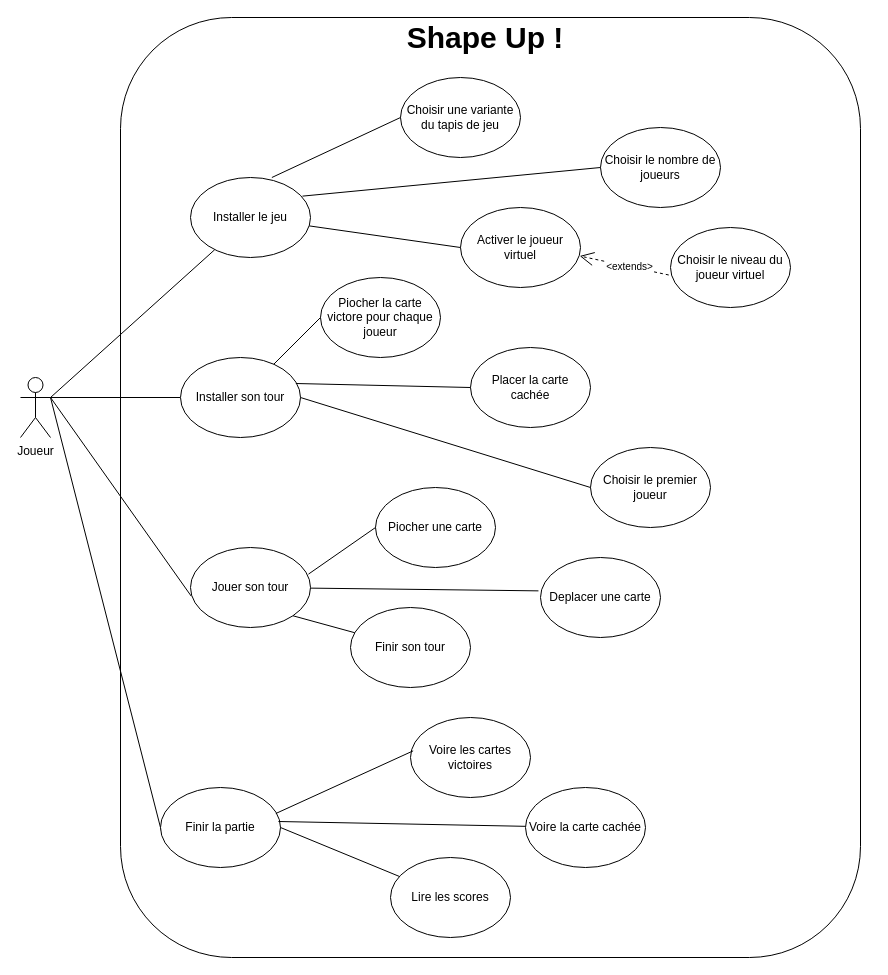
Earlier version of the draw.io diagram useCase.drawio (codingTheWorld777/Diagrams-Project_SHAPE_UP). Source tidied: cells renumbered, new cells numbered last; positions are measured from the earlier drawing's top-left corner, leaving out a move shared by most shapes. Both pictures are drawn from the tidied source at 100%, with x=0, y=0 at pixel (20, 17).
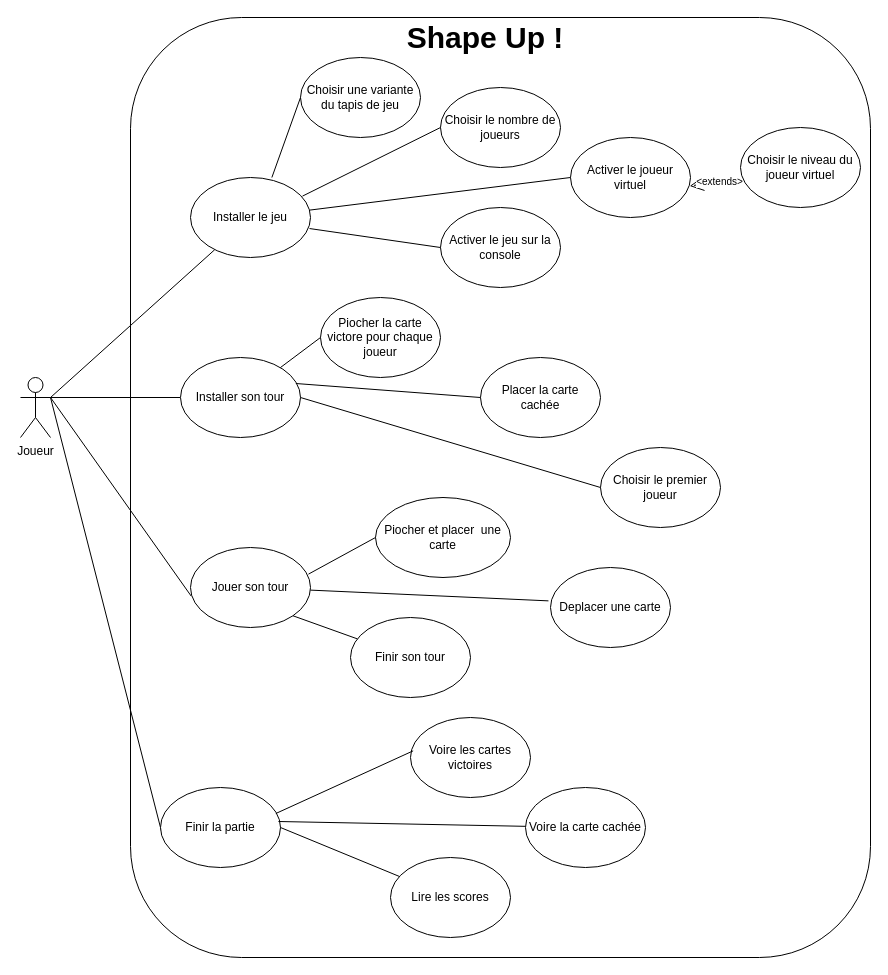
Above is the later version.

The change refers to these unchanged cells:
```xml
<mxCell id="8" value="Installer le jeu" style="ellipse;whiteSpace=wrap;html=1;" parent="1" vertex="1">
  <mxGeometry x="170" y="160" width="120" height="80" as="geometry" />
</mxCell>
```

Change to the diagram source:
```diff
@@
     <mxCell id="2" style="rounded=1;whiteSpace=wrap;html=1;" parent="1" vertex="1">
-      <mxGeometry x="100" width="740" height="940" as="geometry" />
+      <mxGeometry x="110" width="740" height="940" as="geometry" />
     </mxCell>
@@
     <mxCell id="11" value="Choisir le nombre de joueurs" style="ellipse;whiteSpace=wrap;html=1;" parent="1" vertex="1">
-      <mxGeometry x="580" y="110" width="120" height="80" as="geometry" />
+      <mxGeometry x="420" y="70" width="120" height="80" as="geometry" />
     </mxCell>
     <mxCell id="12" value="Activer le joueur virtuel" style="ellipse;whiteSpace=wrap;html=1;" parent="1" vertex="1">
-      <mxGeometry x="440" y="190" width="120" height="80" as="geometry" />
+      <mxGeometry x="550" y="120" width="120" height="80" as="geometry" />
     </mxCell>
     <mxCell id="13" value="Choisir une variante du tapis de jeu" style="ellipse;whiteSpace=wrap;html=1;" parent="1" vertex="1">
-      <mxGeometry x="380" y="60" width="120" height="80" as="geometry" />
+      <mxGeometry x="280" y="40" width="120" height="80" as="geometry" />
     </mxCell>
@@
     <mxCell id="15" value="Placer la carte cachée" style="ellipse;whiteSpace=wrap;html=1;" parent="1" vertex="1">
-      <mxGeometry x="450" y="330" width="120" height="80" as="geometry" />
+      <mxGeometry x="460" y="340" width="120" height="80" as="geometry" />
     </mxCell>
     <mxCell id="16" value="Choisir le premier joueur" style="ellipse;whiteSpace=wrap;html=1;" parent="1" vertex="1">
-      <mxGeometry x="570" y="430" width="120" height="80" as="geometry" />
+      <mxGeometry x="580" y="430" width="120" height="80" as="geometry" />
     </mxCell>
-    <mxCell id="17" value="Piocher une carte" style="ellipse;whiteSpace=wrap;html=1;" parent="1" vertex="1">
-      <mxGeometry x="355" y="470" width="120" height="80" as="geometry" />
+    <mxCell id="17" value="Piocher et placer&amp;nbsp; une carte" style="ellipse;whiteSpace=wrap;html=1;" parent="1" vertex="1">
+      <mxGeometry x="355" y="480" width="135" height="80" as="geometry" />
     </mxCell>
     <mxCell id="18" value="Deplacer une carte" style="ellipse;whiteSpace=wrap;html=1;" parent="1" vertex="1">
-      <mxGeometry x="520" y="540" width="120" height="80" as="geometry" />
+      <mxGeometry x="530" y="550" width="120" height="80" as="geometry" />
     </mxCell>
@@
     <mxCell id="31" value="Piocher la carte victore pour chaque joueur" style="ellipse;whiteSpace=wrap;html=1;" parent="1" vertex="1">
-      <mxGeometry x="300" y="260" width="120" height="80" as="geometry" />
+      <mxGeometry x="300" y="280" width="120" height="80" as="geometry" />
     </mxCell>
@@
     <mxCell id="36" value="Choisir le niveau du joueur virtuel" style="ellipse;whiteSpace=wrap;html=1;" parent="1" vertex="1">
-      <mxGeometry x="650" y="210" width="120" height="80" as="geometry" />
+      <mxGeometry x="720" y="110" width="120" height="80" as="geometry" />
     </mxCell>
     <mxCell id="37" value="Finir son tour" style="ellipse;whiteSpace=wrap;html=1;" parent="1" vertex="1">
-      <mxGeometry x="330" y="590" width="120" height="80" as="geometry" />
+      <mxGeometry x="330" y="600" width="120" height="80" as="geometry" />
     </mxCell>
@@
+    <mxCell id="39" value="Activer le jeu sur la console" style="ellipse;whiteSpace=wrap;html=1;" parent="1" vertex="1">
+      <mxGeometry x="420" y="190" width="120" height="80" as="geometry" />
+    </mxCell>
+    <mxCell id="40" style="endArrow=none;html=1;exitX=0.992;exitY=0.638;exitDx=0;exitDy=0;exitPerimeter=0;entryX=0;entryY=0.5;entryDx=0;entryDy=0;" parent="1" edge="1" source="8" target="39">
+      <mxGeometry relative="1" as="geometry" />
+    </mxCell>
```
